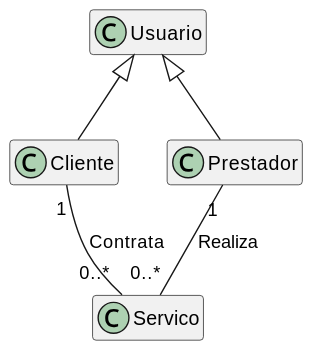
The PlantUML diagram out/diagramas/classes_de_dominio/classes_de_dominio.svg in juuvbn/projeto-engenharia-software, before a commit.
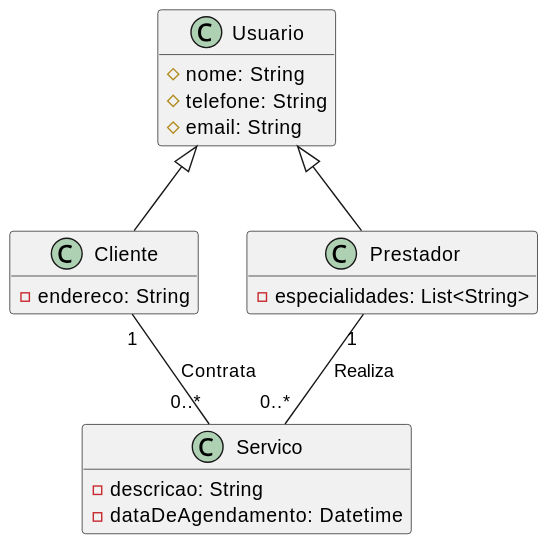
The same diagram one commit later.

Commit message:
Adicionar detalhes no diagrama de classes de negócios

The edit, as a diff of the source:
```diff
@@ -1,11 +1,23 @@
 @startuml
 hide empty members
 
-class Usuario
-class Cliente
-class Prestador
+class Usuario {
+    # nome: String
+    # telefone: String
+    # email: String
+}
 
-class Servico
+class Cliente {
+    - endereco: String
+}
+class Prestador {
+    - especialidades: List<String>
+}
+
+class Servico {
+    - descricao: String
+    - dataDeAgendamento: Datetime
+}
 
 Usuario <|-- Cliente
 Usuario <|-- Prestador
```
